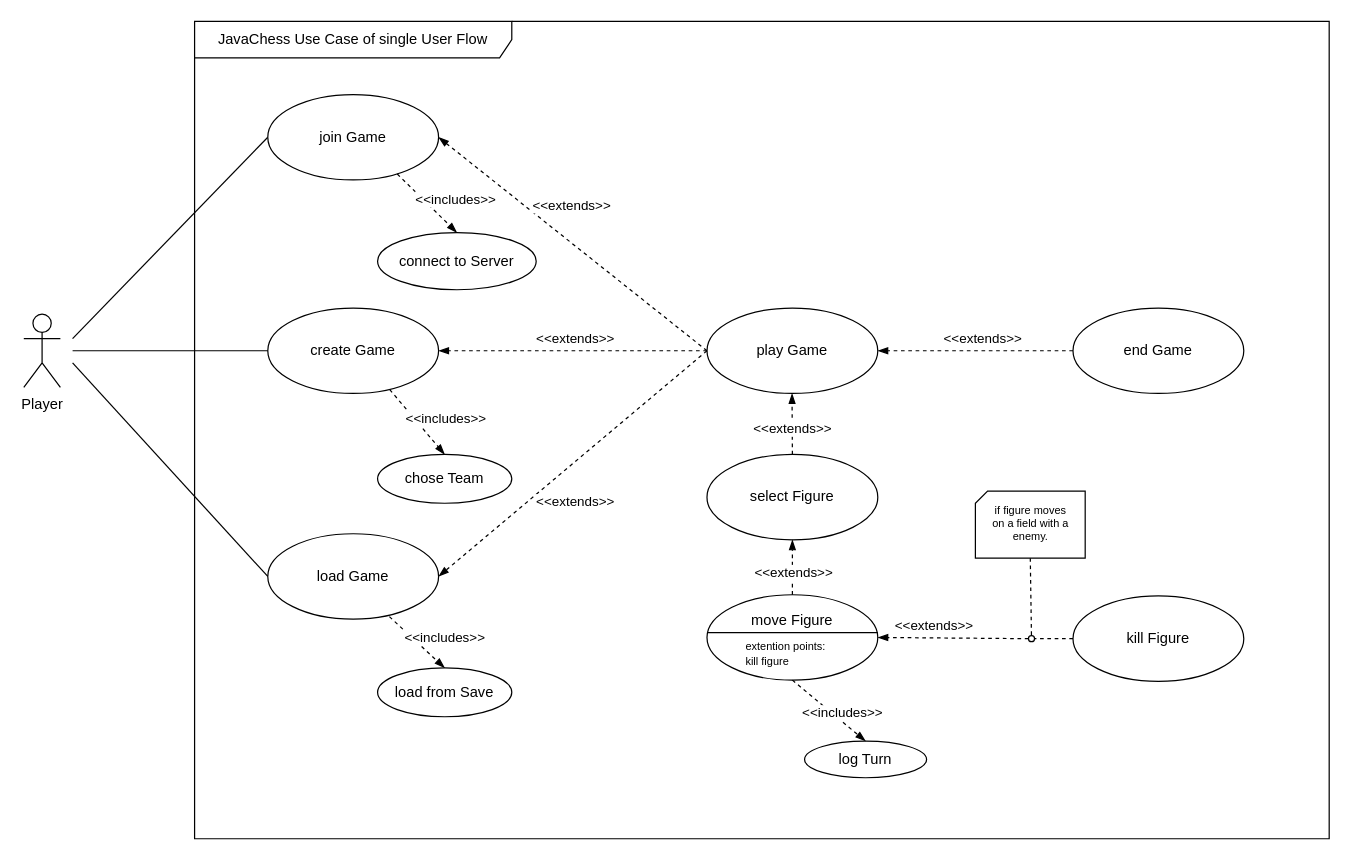
The draw.io diagram uml/uml_use-case_diagram.drawio in Chesslix/JavaChess, before the edit. Source tidied: cells renumbered, new cells numbered last; positions are measured from the earlier drawing's top-left corner, leaving out a move shared by most shapes. Both pictures are drawn from the tidied source at 122%, with x=0, y=0 at pixel (23, 21).
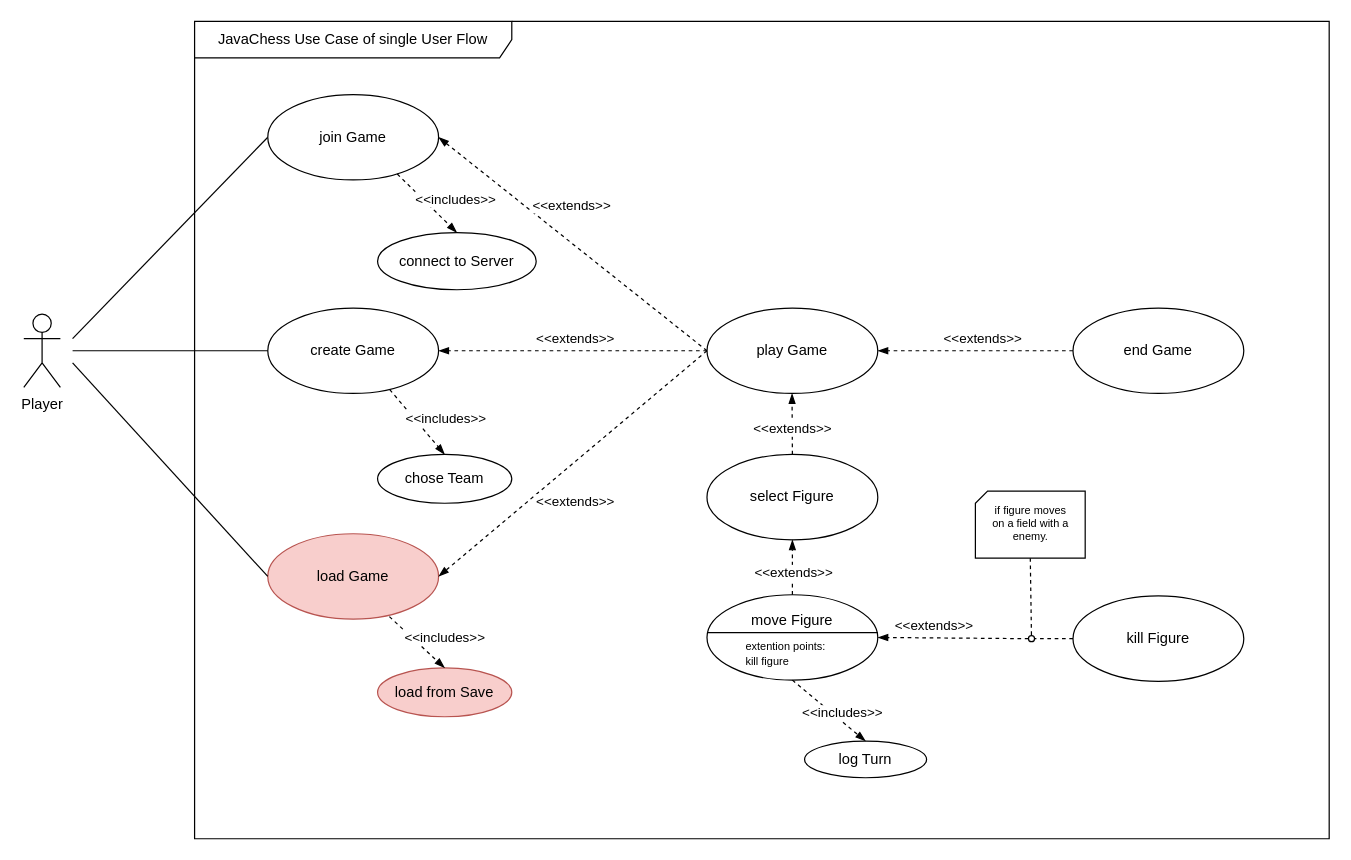
Above is the later version.

Commit message (it also covers changes not shown here):
Updated UseCase / Checkmate UML

The edit, as a diff of the source:
```diff
@@
-    <mxCell id="5" value="load Game" style="ellipse;whiteSpace=wrap;html=1;" parent="1" vertex="1">
+    <mxCell id="5" value="load Game" style="ellipse;whiteSpace=wrap;html=1;fillColor=#f8cecc;strokeColor=#b85450;" parent="1" vertex="1">
       <mxGeometry x="200" y="420" width="140" height="70" as="geometry" />
     </mxCell>
@@
-    <mxCell id="25" value="load from Save" style="ellipse;whiteSpace=wrap;html=1;" parent="1" vertex="1">
+    <mxCell id="25" value="load from Save" style="ellipse;whiteSpace=wrap;html=1;fillColor=#f8cecc;strokeColor=#b85450;" parent="1" vertex="1">
       <mxGeometry x="290" y="530" width="110" height="40" as="geometry" />
     </mxCell>
```
